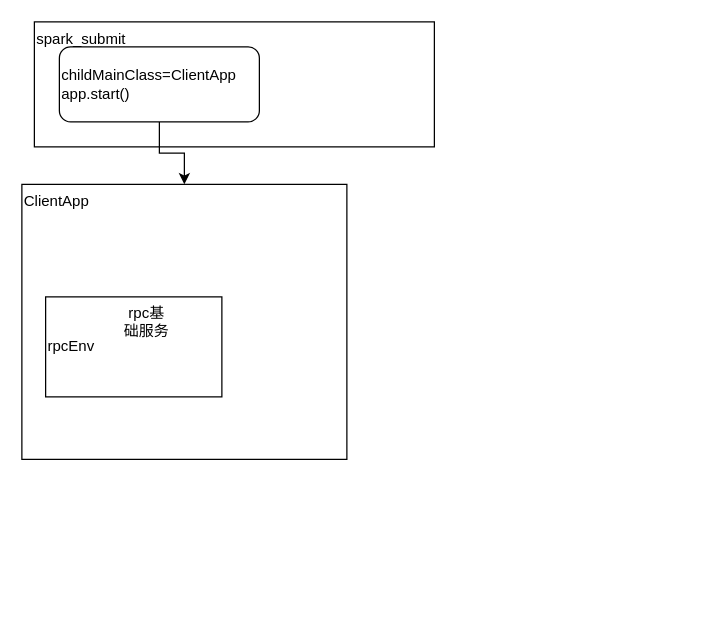
The draw.io diagram Untitled Diagram.drawio in zhonghui001/mashibing, before the edit. Source tidied: cells renumbered, new cells numbered last; positions are measured from the earlier drawing's top-left corner, leaving out a move shared by most shapes. Both pictures are drawn from the tidied source at 125%, with x=0, y=0 at pixel (21, 21).
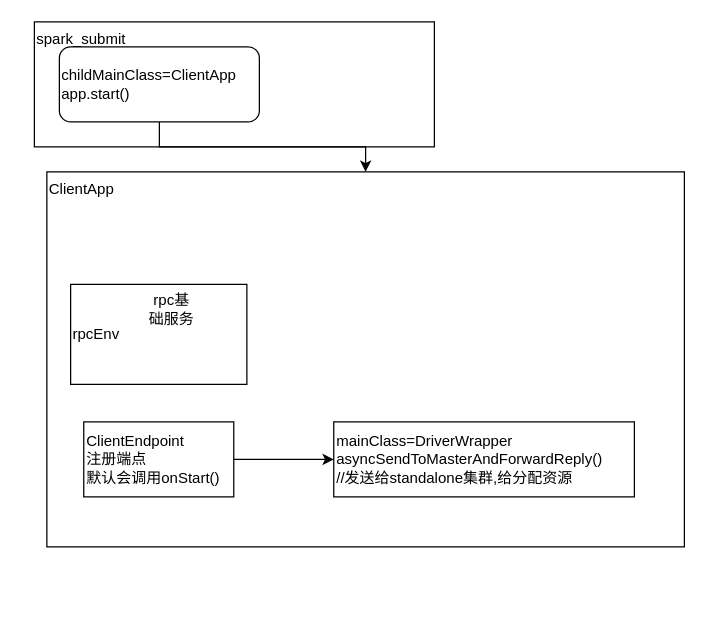
Above is the later version.

Change to the diagram source:
```diff
@@
 <mxGraphModel>
   <root>
     <mxCell id="0" />
     <mxCell id="1" parent="0" />
     <mxCell id="2" style="group;" parent="1" vertex="1">
       <mxGeometry x="10" width="320" height="100" as="geometry" />
     </mxCell>
     <mxCell id="3" value="spark_submit" style="rounded=0;whiteSpace=wrap;html=1;align=left;verticalAlign=top;" parent="2" vertex="1">
       <mxGeometry width="320" height="100" as="geometry" />
     </mxCell>
     <mxCell id="4" value="childMainClass=ClientApp&lt;br&gt;app.start()" style="rounded=1;whiteSpace=wrap;html=1;align=left;" parent="2" vertex="1">
       <mxGeometry x="20" y="20" width="160" height="60" as="geometry" />
     </mxCell>
     <mxCell id="5" style="group;" parent="1" vertex="1">
-      <mxGeometry y="130" width="260" height="220" as="geometry" />
+      <mxGeometry x="20" y="120" width="510" height="340" as="geometry" />
     </mxCell>
     <mxCell id="6" value="ClientApp" style="rounded=0;whiteSpace=wrap;html=1;align=left;verticalAlign=top;" parent="5" vertex="1">
-      <mxGeometry width="260" height="220" as="geometry" />
+      <mxGeometry width="510" height="300" as="geometry" />
     </mxCell>
     <mxCell id="7" value="rpcEnv" style="rounded=0;whiteSpace=wrap;html=1;align=left;" parent="5" vertex="1">
       <mxGeometry x="19" y="90" width="141" height="80" as="geometry" />
     </mxCell>
     <mxCell id="8" value="rpc基础服务" style="text;html=1;strokeColor=none;fillColor=none;align=center;verticalAlign=middle;whiteSpace=wrap;rounded=0;" parent="5" vertex="1">
       <mxGeometry x="80" y="100" width="40" height="20" as="geometry" />
     </mxCell>
+    <mxCell id="10" style="edgeStyle=orthogonalEdgeStyle;rounded=0;jettySize=auto;html=1;" parent="5" edge="1" source="11" target="12">
+      <mxGeometry relative="1" as="geometry" />
+    </mxCell>
+    <mxCell id="11" value="ClientEndpoint&lt;br&gt;注册端点&lt;br&gt;默认会调用onStart()" style="rounded=0;whiteSpace=wrap;html=1;align=left;" parent="5" vertex="1">
+      <mxGeometry x="29.5" y="200" width="120" height="60" as="geometry" />
+    </mxCell>
+    <mxCell id="12" value="mainClass=DriverWrapper&lt;br&gt;asyncSendToMasterAndForwardReply()&lt;br&gt;//发送给standalone集群,给分配资源" style="whiteSpace=wrap;html=1;rounded=0;align=left;" parent="5" vertex="1">
+      <mxGeometry x="229.5" y="200" width="240.5" height="60" as="geometry" />
+    </mxCell>
     <mxCell id="9" style="edgeStyle=orthogonalEdgeStyle;rounded=0;jettySize=auto;html=1;exitX=0.5;exitY=1;exitDx=0;exitDy=0;" parent="1" edge="1" source="4" target="6">
       <mxGeometry relative="1" as="geometry" />
     </mxCell>
   </root>
 </mxGraphModel>
```
